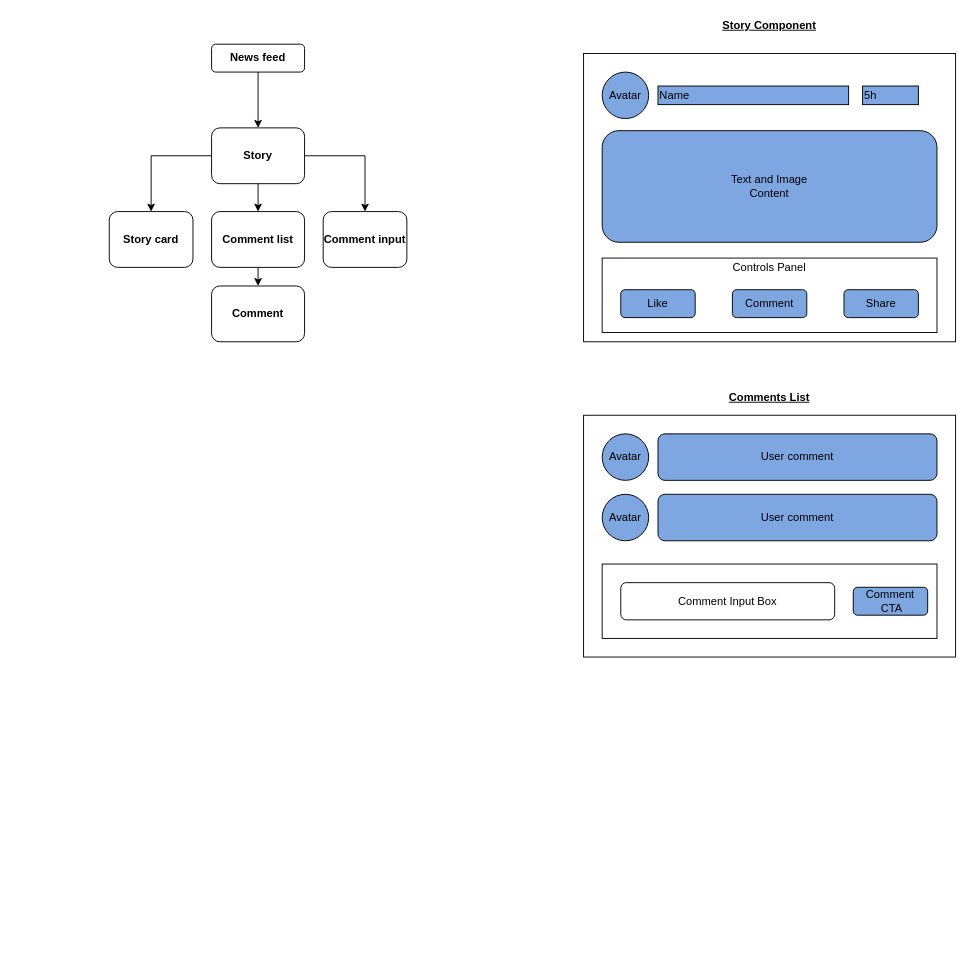
This is fb/Untitled Diagram.drawio from aribhatt91/Front-End-Design, a draw.io file, before an edit. Source tidied: cells renumbered, new cells numbered last; positions are measured from the earlier drawing's top-left corner, leaving out a move shared by most shapes. Both pictures are drawn from the tidied source at 93%, with x=0, y=0 at pixel (109, 16).
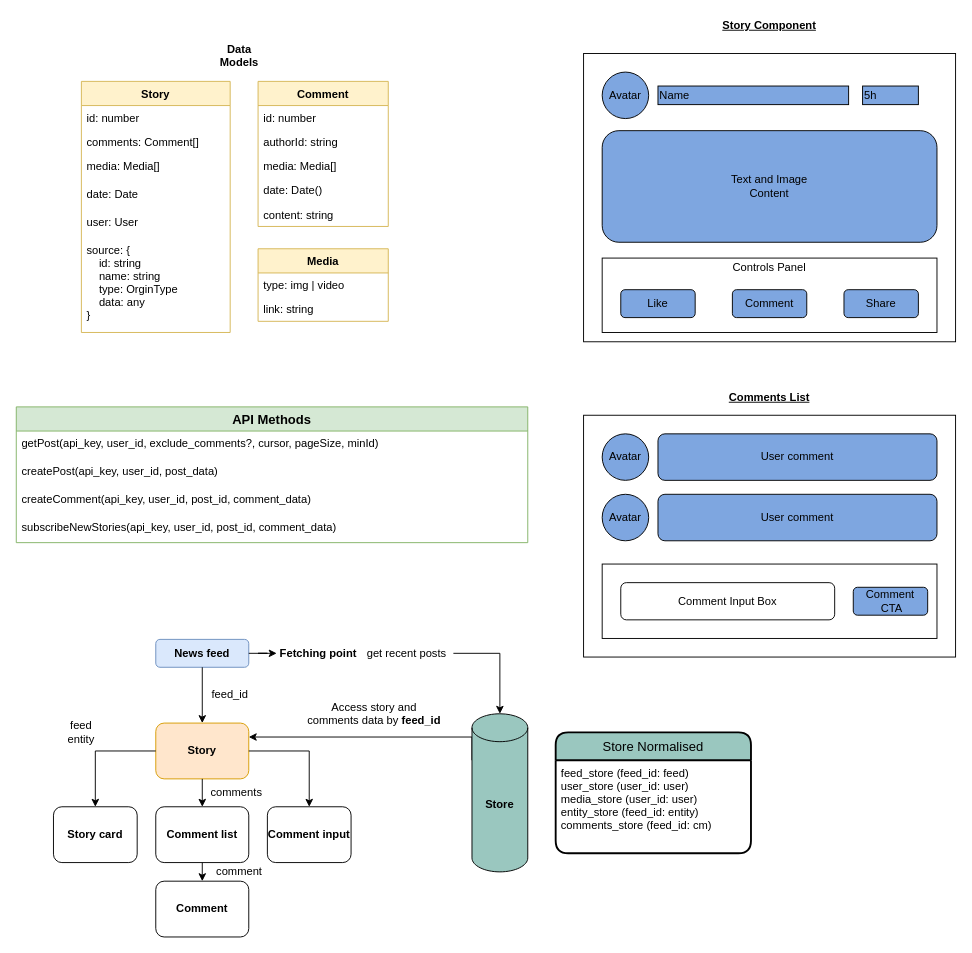
The same diagram, later.

Commit message:
Data flow

The edit, as a diff of the source:
```diff
@@
-    <mxCell id="27" style="group;" parent="1" vertex="1">
-      <mxGeometry y="30" width="320" height="320" as="geometry" />
-    </mxCell>
+    <mxCell id="39" value="Story" style="swimlane;fontStyle=1;align=center;verticalAlign=top;horizontal=1;startSize=26;fillColor=#fff2cc;strokeColor=#d6b656;" parent="1" vertex="1">
+      <mxGeometry x="-30" y="70" width="160" height="270" as="geometry" />
+    </mxCell>
+    <mxCell id="40" value="id: number" style="text;strokeColor=none;fillColor=none;align=left;verticalAlign=top;spacingLeft=4;spacingRight=4;overflow=hidden;" parent="39" vertex="1">
+      <mxGeometry y="26" width="160" height="26" as="geometry" />
+    </mxCell>
+    <mxCell id="41" value="comments: Comment[]&#10;" style="text;strokeColor=none;fillColor=none;align=left;verticalAlign=top;spacingLeft=4;spacingRight=4;overflow=hidden;" parent="39" vertex="1">
+      <mxGeometry y="52" width="160" height="26" as="geometry" />
+    </mxCell>
+    <mxCell id="42" value="media: Media[]" style="text;strokeColor=none;fillColor=none;align=left;verticalAlign=top;spacingLeft=4;spacingRight=4;overflow=hidden;" parent="39" vertex="1">
+      <mxGeometry y="78" width="160" height="30" as="geometry" />
+    </mxCell>
+    <mxCell id="43" value="date: Date" style="text;strokeColor=none;fillColor=none;align=left;verticalAlign=top;spacingLeft=4;spacingRight=4;overflow=hidden;" parent="39" vertex="1">
+      <mxGeometry y="108" width="160" height="30" as="geometry" />
+    </mxCell>
+    <mxCell id="44" value="user: User" style="text;strokeColor=none;fillColor=none;align=left;verticalAlign=top;spacingLeft=4;spacingRight=4;overflow=hidden;" parent="39" vertex="1">
+      <mxGeometry y="138" width="160" height="30" as="geometry" />
+    </mxCell>
+    <mxCell id="45" value="source: {&#10;    id: string&#10;    name: string&#10;    type: OrginType&#10;    data: any&#10;}" style="text;strokeColor=none;fillColor=none;align=left;verticalAlign=top;spacingLeft=4;spacingRight=4;overflow=hidden;" parent="39" vertex="1">
+      <mxGeometry y="168" width="160" height="102" as="geometry" />
+    </mxCell>
+    <mxCell id="46" value="Comment" style="swimlane;fontStyle=1;horizontal=1;startSize=26;fillColor=#fff2cc;strokeColor=#d6b656;" parent="1" vertex="1">
+      <mxGeometry x="160" y="70" width="140" height="156" as="geometry" />
+    </mxCell>
+    <mxCell id="47" value="id: number" style="text;strokeColor=none;fillColor=none;align=left;verticalAlign=top;spacingLeft=4;spacingRight=4;overflow=hidden;" parent="46" vertex="1">
+      <mxGeometry y="26" width="140" height="26" as="geometry" />
+    </mxCell>
+    <mxCell id="48" value="authorId: string" style="text;strokeColor=none;fillColor=none;align=left;verticalAlign=top;spacingLeft=4;spacingRight=4;overflow=hidden;" parent="46" vertex="1">
+      <mxGeometry y="52" width="140" height="26" as="geometry" />
+    </mxCell>
+    <mxCell id="49" value="media: Media[]" style="text;strokeColor=none;fillColor=none;align=left;verticalAlign=top;spacingLeft=4;spacingRight=4;overflow=hidden;" parent="46" vertex="1">
+      <mxGeometry y="78" width="140" height="26" as="geometry" />
+    </mxCell>
+    <mxCell id="50" value="date: Date()" style="text;strokeColor=none;fillColor=none;align=left;verticalAlign=top;spacingLeft=4;spacingRight=4;overflow=hidden;" parent="46" vertex="1">
+      <mxGeometry y="104" width="140" height="26" as="geometry" />
+    </mxCell>
+    <mxCell id="51" value="content: string" style="text;strokeColor=none;fillColor=none;align=left;verticalAlign=top;spacingLeft=4;spacingRight=4;overflow=hidden;" parent="46" vertex="1">
+      <mxGeometry y="130" width="140" height="26" as="geometry" />
+    </mxCell>
+    <mxCell id="52" value="Media" style="swimlane;fontStyle=1;horizontal=1;startSize=26;fillColor=#fff2cc;strokeColor=#d6b656;" parent="1" vertex="1">
+      <mxGeometry x="160" y="250" width="140" height="78" as="geometry" />
+    </mxCell>
+    <mxCell id="53" value="type: img | video" style="text;strokeColor=none;fillColor=none;align=left;verticalAlign=top;spacingLeft=4;spacingRight=4;overflow=hidden;" parent="52" vertex="1">
+      <mxGeometry y="26" width="140" height="26" as="geometry" />
+    </mxCell>
+    <mxCell id="54" value="link: string" style="text;strokeColor=none;fillColor=none;align=left;verticalAlign=top;spacingLeft=4;spacingRight=4;overflow=hidden;" parent="52" vertex="1">
+      <mxGeometry y="52" width="140" height="26" as="geometry" />
+    </mxCell>
+    <mxCell id="55" value="&lt;div&gt;&lt;b&gt;Data Models&lt;/b&gt;&lt;/div&gt;&lt;div&gt;&lt;br&gt;&lt;/div&gt;" style="text;html=1;strokeColor=none;fillColor=none;align=center;verticalAlign=middle;whiteSpace=wrap;rounded=0;" parent="1" vertex="1">
+      <mxGeometry x="120" y="40" width="40" height="20" as="geometry" />
+    </mxCell>
+    <mxCell id="56" value="API Methods" style="swimlane;fontStyle=1;horizontal=1;startSize=26;align=center;fontSize=14;fillColor=#d5e8d4;strokeColor=#82b366;" parent="1" vertex="1">
+      <mxGeometry x="-100" y="420" width="550" height="146" as="geometry" />
+    </mxCell>
+    <mxCell id="57" value="getPost(api_key, user_id, exclude_comments?, cursor, pageSize, minId)" style="text;strokeColor=none;fillColor=none;spacingLeft=4;spacingRight=4;overflow=hidden;fontSize=12;" parent="56" vertex="1">
+      <mxGeometry y="26" width="550" height="30" as="geometry" />
+    </mxCell>
+    <mxCell id="58" value="createPost(api_key, user_id, post_data)" style="text;strokeColor=none;fillColor=none;spacingLeft=4;spacingRight=4;overflow=hidden;fontSize=12;" parent="56" vertex="1">
+      <mxGeometry y="56" width="550" height="30" as="geometry" />
+    </mxCell>
+    <mxCell id="59" value="createComment(api_key, user_id, post_id, comment_data)" style="text;strokeColor=none;fillColor=none;spacingLeft=4;spacingRight=4;overflow=hidden;fontSize=12;" parent="56" vertex="1">
+      <mxGeometry y="86" width="550" height="30" as="geometry" />
+    </mxCell>
+    <mxCell id="60" value="subscribeNewStories(api_key, user_id, post_id, comment_data)" style="text;strokeColor=none;fillColor=none;spacingLeft=4;spacingRight=4;overflow=hidden;fontSize=12;" parent="56" vertex="1">
+      <mxGeometry y="116" width="550" height="30" as="geometry" />
+    </mxCell>
+    <mxCell id="37" value="Story card" style="rounded=1;whiteSpace=wrap;html=1;fillColor=#FFFFFF;fontStyle=1;" parent="1" vertex="1">
+      <mxGeometry x="-60" y="850" width="90" height="60" as="geometry" />
+    </mxCell>
+    <mxCell id="61" value="Store Normalised" style="swimlane;horizontal=1;startSize=30;rounded=1;fontSize=14;fontStyle=0;strokeWidth=2;shadow=0;dashed=0;align=center;fillColor=#9AC7BF;" parent="1" vertex="1">
+      <mxGeometry x="480" y="770" width="210" height="130" as="geometry" />
+    </mxCell>
+    <mxCell id="62" value="feed_store (feed_id: feed)&#10;user_store (user_id: user)&#10;media_store (user_id: user)&#10;entity_store (feed_id: entity)&#10;comments_store (feed_id: cm)&#10;" style="align=left;strokeColor=none;fillColor=none;spacingLeft=4;fontSize=12;verticalAlign=top;" parent="61" vertex="1">
+      <mxGeometry y="30" width="210" height="100" as="geometry" />
+    </mxCell>
+    <mxCell id="63" style="group;" parent="1" vertex="1">
+      <mxGeometry x="-50" y="670" width="500" height="320" as="geometry" />
+    </mxCell>
-    <mxCell id="28" value="&lt;b&gt;News feed&lt;/b&gt;" style="rounded=1;whiteSpace=wrap;html=1;fillColor=#FFFFFF;" parent="27" vertex="1">
-      <mxGeometry x="110" width="100" height="30" as="geometry" />
+    <mxCell id="28" value="&lt;b&gt;News feed&lt;/b&gt;" style="rounded=1;whiteSpace=wrap;html=1;fillColor=#dae8fc;strokeColor=#6c8ebf;" parent="63" vertex="1">
+      <mxGeometry x="100" width="100" height="30" as="geometry" />
     </mxCell>
-    <mxCell id="29" value="&lt;div&gt;&lt;b&gt;Story&lt;/b&gt;&lt;/div&gt;" style="rounded=1;whiteSpace=wrap;html=1;fillColor=#FFFFFF;" parent="27" vertex="1">
-      <mxGeometry x="110" y="90" width="100" height="60" as="geometry" />
+    <mxCell id="29" value="&lt;div&gt;&lt;b&gt;Story&lt;/b&gt;&lt;/div&gt;" style="rounded=1;whiteSpace=wrap;html=1;fillColor=#ffe6cc;strokeColor=#d79b00;" parent="63" vertex="1">
+      <mxGeometry x="100" y="90" width="100" height="60" as="geometry" />
     </mxCell>
-    <mxCell id="30" style="edgeStyle=orthogonalEdgeStyle;rounded=0;jettySize=auto;html=1;exitX=0.5;exitY=1;exitDx=0;exitDy=0;" parent="27" edge="1" source="28" target="29">
-      <mxGeometry relative="1" as="geometry" />
+    <mxCell id="30" style="edgeStyle=orthogonalEdgeStyle;rounded=0;jettySize=auto;html=1;exitX=0.5;exitY=1;exitDx=0;exitDy=0;" parent="63" edge="1" source="28" target="29">
+      <mxGeometry x="-10" as="geometry" />
     </mxCell>
-    <mxCell id="31" value="Comment list" style="rounded=1;whiteSpace=wrap;html=1;fillColor=#FFFFFF;fontStyle=1;" parent="27" vertex="1">
-      <mxGeometry x="110" y="180" width="100" height="60" as="geometry" />
+    <mxCell id="31" value="Comment list" style="rounded=1;whiteSpace=wrap;html=1;fillColor=#FFFFFF;fontStyle=1;" parent="63" vertex="1">
+      <mxGeometry x="100" y="180" width="100" height="60" as="geometry" />
     </mxCell>
-    <mxCell id="32" style="edgeStyle=orthogonalEdgeStyle;rounded=0;jettySize=auto;html=1;exitX=0.5;exitY=1;exitDx=0;exitDy=0;entryX=0.5;entryY=0;entryDx=0;entryDy=0;" parent="27" edge="1" source="29" target="31">
-      <mxGeometry relative="1" as="geometry" />
+    <mxCell id="32" style="edgeStyle=orthogonalEdgeStyle;rounded=0;jettySize=auto;html=1;exitX=0.5;exitY=1;exitDx=0;exitDy=0;entryX=0.5;entryY=0;entryDx=0;entryDy=0;" parent="63" edge="1" source="29" target="31">
+      <mxGeometry x="-10" as="geometry" />
     </mxCell>
-    <mxCell id="33" value="&lt;div&gt;Comment&lt;/div&gt;" style="rounded=1;whiteSpace=wrap;html=1;fillColor=#FFFFFF;fontStyle=1;" parent="27" vertex="1">
-      <mxGeometry x="110" y="260" width="100" height="60" as="geometry" />
+    <mxCell id="33" value="&lt;div&gt;Comment&lt;/div&gt;" style="rounded=1;whiteSpace=wrap;html=1;fillColor=#FFFFFF;fontStyle=1;" parent="63" vertex="1">
+      <mxGeometry x="100" y="260" width="100" height="60" as="geometry" />
     </mxCell>
-    <mxCell id="34" style="edgeStyle=orthogonalEdgeStyle;rounded=0;jettySize=auto;html=1;exitX=0.5;exitY=1;exitDx=0;exitDy=0;entryX=0.5;entryY=0;entryDx=0;entryDy=0;" parent="27" edge="1" source="31" target="33">
-      <mxGeometry relative="1" as="geometry" />
+    <mxCell id="34" style="edgeStyle=orthogonalEdgeStyle;rounded=0;jettySize=auto;html=1;exitX=0.5;exitY=1;exitDx=0;exitDy=0;entryX=0.5;entryY=0;entryDx=0;entryDy=0;" parent="63" edge="1" source="31" target="33">
+      <mxGeometry x="-10" as="geometry" />
     </mxCell>
-    <mxCell id="35" value="Comment input" style="rounded=1;whiteSpace=wrap;html=1;fillColor=#FFFFFF;fontStyle=1;" parent="27" vertex="1">
-      <mxGeometry x="230" y="180" width="90" height="60" as="geometry" />
+    <mxCell id="35" value="Comment input" style="rounded=1;whiteSpace=wrap;html=1;fillColor=#FFFFFF;fontStyle=1;" parent="63" vertex="1">
+      <mxGeometry x="220" y="180" width="90" height="60" as="geometry" />
     </mxCell>
-    <mxCell id="36" style="edgeStyle=orthogonalEdgeStyle;rounded=0;jettySize=auto;html=1;exitX=1;exitY=0.5;exitDx=0;exitDy=0;entryX=0.5;entryY=0;entryDx=0;entryDy=0;" parent="27" edge="1" source="29" target="35">
-      <mxGeometry relative="1" as="geometry" />
+    <mxCell id="36" style="edgeStyle=orthogonalEdgeStyle;rounded=0;jettySize=auto;html=1;exitX=1;exitY=0.5;exitDx=0;exitDy=0;entryX=0.5;entryY=0;entryDx=0;entryDy=0;" parent="63" edge="1" source="29" target="35">
+      <mxGeometry x="-10" as="geometry" />
     </mxCell>
-    <mxCell id="37" value="Story card" style="rounded=1;whiteSpace=wrap;html=1;fillColor=#FFFFFF;fontStyle=1;" parent="27" vertex="1">
-      <mxGeometry y="180" width="90" height="60" as="geometry" />
-    </mxCell>
-    <mxCell id="38" style="edgeStyle=orthogonalEdgeStyle;rounded=0;jettySize=auto;html=1;exitX=0;exitY=0.5;exitDx=0;exitDy=0;entryX=0.5;entryY=0;entryDx=0;entryDy=0;" parent="27" edge="1" source="29" target="37">
-      <mxGeometry relative="1" as="geometry" />
+    <mxCell id="38" style="edgeStyle=orthogonalEdgeStyle;rounded=0;jettySize=auto;html=1;exitX=0;exitY=0.5;exitDx=0;exitDy=0;entryX=0.5;entryY=0;entryDx=0;entryDy=0;" parent="63" edge="1" source="29" target="37">
+      <mxGeometry x="-10" as="geometry" />
     </mxCell>
+    <mxCell id="64" value="&lt;b&gt;Fetching point&lt;/b&gt;" style="text;html=1;strokeColor=none;fillColor=none;align=center;verticalAlign=middle;whiteSpace=wrap;rounded=0;" parent="63" vertex="1">
+      <mxGeometry x="230" y="5" width="90" height="20" as="geometry" />
+    </mxCell>
+    <mxCell id="65" style="edgeStyle=orthogonalEdgeStyle;rounded=0;jettySize=auto;html=1;exitX=1;exitY=0.5;exitDx=0;exitDy=0;" parent="63" edge="1" source="28" target="64">
+      <mxGeometry relative="1" as="geometry" />
+    </mxCell>
+    <mxCell id="66" style="edgeStyle=orthogonalEdgeStyle;rounded=0;jettySize=auto;html=1;exitX=0;exitY=0;exitDx=0;exitDy=50;exitPerimeter=0;entryX=1;entryY=0.25;entryDx=0;entryDy=0;" parent="63" edge="1" source="67" target="29">
+      <mxGeometry relative="1" as="geometry">
+        <Array as="points">
+          <mxPoint x="440" y="105" />
+        </Array>
+      </mxGeometry>
+    </mxCell>
+    <mxCell id="67" value="&lt;b&gt;Store&lt;/b&gt;" style="shape=cylinder3;whiteSpace=wrap;html=1;boundedLbl=1;backgroundOutline=1;size=15;fillColor=#9AC7BF;" parent="63" vertex="1">
+      <mxGeometry x="440" y="80" width="60" height="170" as="geometry" />
+    </mxCell>
+    <mxCell id="68" value="feed entity" style="text;html=1;strokeColor=none;fillColor=none;align=center;verticalAlign=middle;whiteSpace=wrap;rounded=0;" parent="63" vertex="1">
+      <mxGeometry y="90" width="40" height="20" as="geometry" />
+    </mxCell>
+    <mxCell id="69" value="feed_id" style="text;html=1;strokeColor=none;fillColor=none;align=center;verticalAlign=middle;whiteSpace=wrap;rounded=0;" parent="63" vertex="1">
+      <mxGeometry x="160" y="50" width="40" height="20" as="geometry" />
+    </mxCell>
+    <mxCell id="70" value="comments" style="text;html=1;strokeColor=none;fillColor=none;align=center;verticalAlign=middle;whiteSpace=wrap;rounded=0;" parent="63" vertex="1">
+      <mxGeometry x="167" y="155" width="40" height="20" as="geometry" />
+    </mxCell>
+    <mxCell id="71" value="comment" style="text;html=1;strokeColor=none;fillColor=none;align=center;verticalAlign=middle;whiteSpace=wrap;rounded=0;" parent="63" vertex="1">
+      <mxGeometry x="170" y="240" width="40" height="20" as="geometry" />
+    </mxCell>
+    <mxCell id="72" style="edgeStyle=orthogonalEdgeStyle;rounded=0;jettySize=auto;html=1;exitX=1;exitY=0.5;exitDx=0;exitDy=0;entryX=0.5;entryY=0;entryDx=0;entryDy=0;entryPerimeter=0;" parent="63" edge="1" source="73" target="67">
+      <mxGeometry relative="1" as="geometry" />
+    </mxCell>
+    <mxCell id="73" value="get recent posts" style="text;html=1;strokeColor=none;fillColor=none;align=center;verticalAlign=middle;whiteSpace=wrap;rounded=0;" parent="63" vertex="1">
+      <mxGeometry x="320" y="5" width="100" height="20" as="geometry" />
+    </mxCell>
+    <mxCell id="74" value="Access story and comments data by &lt;b&gt;feed_id&lt;/b&gt;" style="text;html=1;strokeColor=none;fillColor=none;align=center;verticalAlign=middle;whiteSpace=wrap;rounded=0;" parent="63" vertex="1">
+      <mxGeometry x="260" y="70" width="150" height="20" as="geometry" />
+    </mxCell>
```
